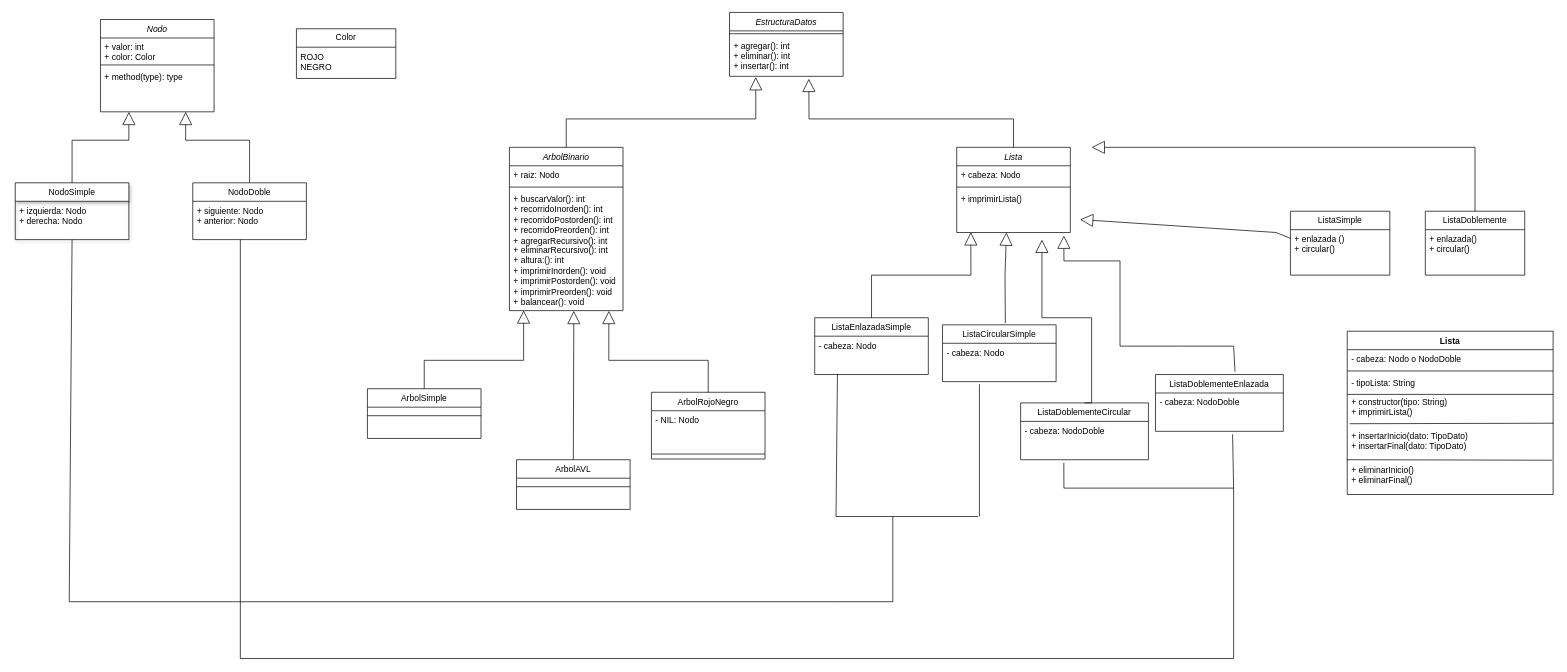
Earlier version of the draw.io diagram ArbolBinario.drawio (ArianaSarango/ArbolBinario). Source tidied: cells renumbered, new cells numbered last; positions are measured from the earlier drawing's top-left corner, leaving out a move shared by most shapes. Both pictures are drawn from the tidied source at 71%, with x=0, y=0 at pixel (15, 12).
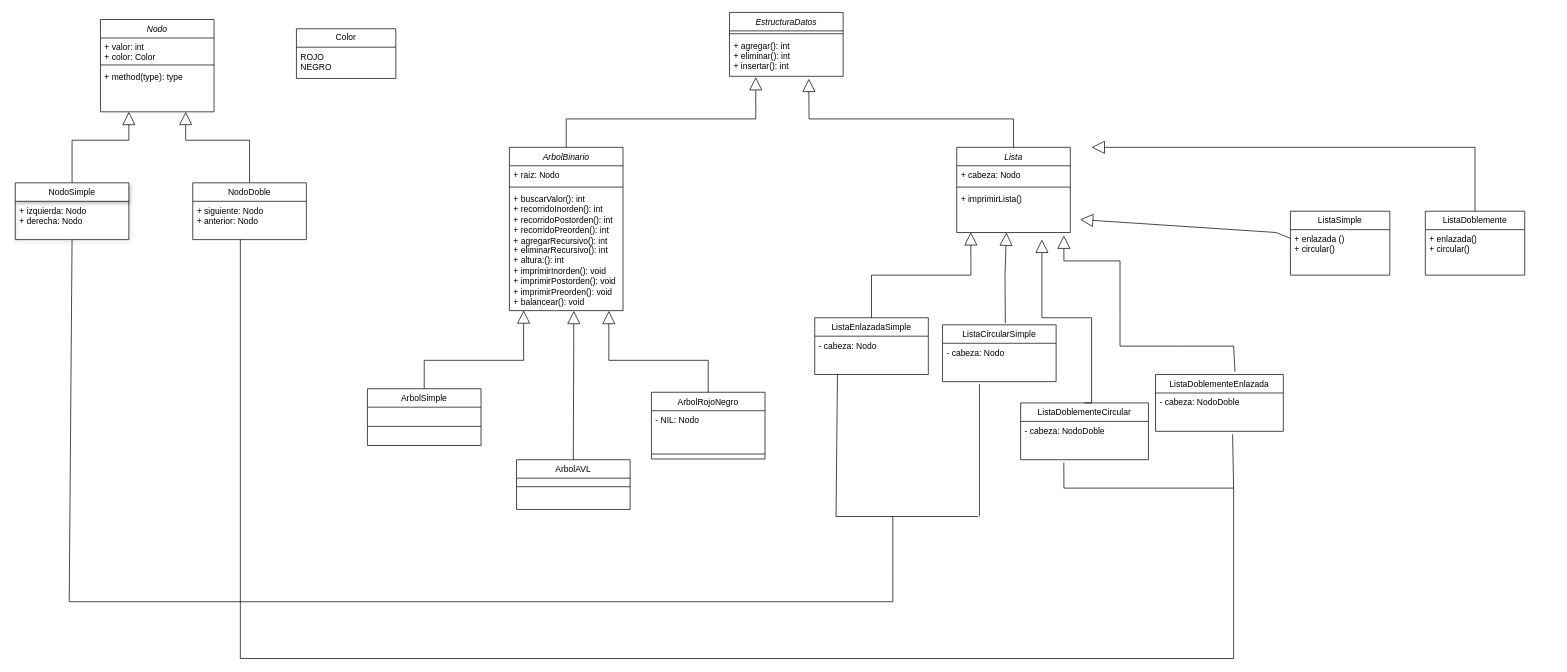
The same diagram, later.

Diff of the diagram source:
```diff
@@
     <mxCell id="37" value="ArbolSimple" style="swimlane;fontStyle=0;align=center;verticalAlign=top;horizontal=1;startSize=26;rounded=0;shadow=0;strokeWidth=1;" parent="1" vertex="1">
-      <mxGeometry x="496" y="530" width="160" height="70" as="geometry" />
+      <mxGeometry x="496" y="530" width="160" height="80" as="geometry" />
     </mxCell>
     <mxCell id="38" style="line;strokeWidth=1;fillColor=none;align=left;verticalAlign=middle;spacingTop=-1;spacingLeft=3;spacingRight=3;labelPosition=right;strokeColor=inherit;" parent="37" vertex="1">
-      <mxGeometry y="26" width="160" height="24" as="geometry" />
+      <mxGeometry y="26" width="160" height="54" as="geometry" />
     </mxCell>
@@
-    <mxCell id="57" value="Lista " style="swimlane;fontStyle=1;align=center;verticalAlign=top;horizontal=1;startSize=26;whiteSpace=wrap;html=1;" parent="1" vertex="1">
-      <mxGeometry x="1876" y="449" width="290" height="230" as="geometry" />
-    </mxCell>
-    <mxCell id="58" value="- cabeza: Nodo o NodoDoble   " style="text;strokeColor=none;fillColor=none;align=left;verticalAlign=top;spacingLeft=4;spacingRight=4;overflow=hidden;whiteSpace=wrap;html=1;" parent="57" vertex="1">
-      <mxGeometry y="26" width="290" height="26" as="geometry" />
-    </mxCell>
-    <mxCell id="59" style="line;strokeWidth=1;fillColor=none;align=left;verticalAlign=middle;spacingTop=-1;spacingLeft=3;spacingRight=3;labelPosition=right;strokeColor=inherit;" parent="57" vertex="1">
-      <mxGeometry y="52" width="290" height="8" as="geometry" />
-    </mxCell>
-    <mxCell id="60" value="- tipoLista: String" style="text;strokeColor=none;fillColor=none;align=left;verticalAlign=top;spacingLeft=4;spacingRight=4;overflow=hidden;whiteSpace=wrap;html=1;" parent="57" vertex="1">
-      <mxGeometry y="60" width="290" height="26" as="geometry" />
-    </mxCell>
-    <mxCell id="61" value="+ constructor(tipo: String)&amp;nbsp;&amp;nbsp;&amp;nbsp;&amp;nbsp;&amp;nbsp;&amp;nbsp;&amp;nbsp;&amp;nbsp;&amp;nbsp;&amp;nbsp;&amp;nbsp;&amp;nbsp;&amp;nbsp;&amp;nbsp;&amp;nbsp;&amp;nbsp;&amp;nbsp;&amp;nbsp;&amp;nbsp;&amp;nbsp;&amp;nbsp;&amp;nbsp;&amp;nbsp;&amp;nbsp;&amp;nbsp;&amp;nbsp;&amp;nbsp;&amp;nbsp;&amp;nbsp; &amp;nbsp;&lt;br&gt;+ imprimirLista()&amp;nbsp; " style="text;strokeColor=none;fillColor=none;align=left;verticalAlign=top;spacingLeft=4;spacingRight=4;overflow=hidden;points=[[0,0.5],[1,0.5]];portConstraint=eastwest;whiteSpace=wrap;html=1;" parent="57" vertex="1">
-      <mxGeometry y="86" width="290" height="48" as="geometry" />
-    </mxCell>
-    <mxCell id="62" value="+ insertarInicio(dato: TipoDato)&amp;nbsp;&amp;nbsp;&amp;nbsp;&amp;nbsp;&amp;nbsp;&amp;nbsp;&amp;nbsp;&amp;nbsp;&amp;nbsp;&amp;nbsp;&amp;nbsp;&amp;nbsp;&amp;nbsp;&amp;nbsp;&amp;nbsp;&amp;nbsp;&amp;nbsp;&amp;nbsp;&amp;nbsp;&amp;nbsp;&amp;nbsp;&amp;nbsp;&amp;nbsp;&amp;nbsp;&amp;nbsp;&amp;nbsp; &amp;nbsp;&lt;br&gt;+ insertarFinal(dato: TipoDato)&amp;nbsp;&amp;nbsp; " style="text;strokeColor=none;fillColor=none;align=left;verticalAlign=top;spacingLeft=4;spacingRight=4;overflow=hidden;points=[[0,0.5],[1,0.5]];portConstraint=eastwest;whiteSpace=wrap;html=1;" parent="57" vertex="1">
-      <mxGeometry y="134" width="290" height="48" as="geometry" />
-    </mxCell>
-    <mxCell id="63" value="+ eliminarInicio()&amp;nbsp;&amp;nbsp;&amp;nbsp;&amp;nbsp;&amp;nbsp;&amp;nbsp;&amp;nbsp;&amp;nbsp;&amp;nbsp;&amp;nbsp;&amp;nbsp;&amp;nbsp;&amp;nbsp;&amp;nbsp;&amp;nbsp;&amp;nbsp;&amp;nbsp;&amp;nbsp;&amp;nbsp;&amp;nbsp;&amp;nbsp;&amp;nbsp;&amp;nbsp;&amp;nbsp;&amp;nbsp;&amp;nbsp;&amp;nbsp;&amp;nbsp;&amp;nbsp;&amp;nbsp;&amp;nbsp;&amp;nbsp;&amp;nbsp;&amp;nbsp;&amp;nbsp;&amp;nbsp;&amp;nbsp;&amp;nbsp;&amp;nbsp;&amp;nbsp; &amp;nbsp;&lt;br&gt;+ eliminarFinal() " style="text;strokeColor=none;fillColor=none;align=left;verticalAlign=top;spacingLeft=4;spacingRight=4;overflow=hidden;points=[[0,0.5],[1,0.5]];portConstraint=eastwest;whiteSpace=wrap;html=1;" parent="57" vertex="1">
-      <mxGeometry y="182" width="290" height="48" as="geometry" />
-    </mxCell>
-    <mxCell id="64" style="endArrow=none;html=1;rounded=0;exitX=0.012;exitY=-0.077;exitDx=0;exitDy=0;exitPerimeter=0;entryX=1.002;entryY=0.908;entryDx=0;entryDy=0;entryPerimeter=0;" parent="57" edge="1" source="62" target="61">
-      <mxGeometry relative="1" as="geometry" />
-    </mxCell>
-    <mxCell id="65" style="endArrow=none;html=1;rounded=0;exitX=-0.002;exitY=-0.021;exitDx=0;exitDy=0;exitPerimeter=0;entryX=0.995;entryY=-0.006;entryDx=0;entryDy=0;entryPerimeter=0;" parent="57" edge="1" source="63" target="63">
-      <mxGeometry relative="1" as="geometry" />
-    </mxCell>
-    <mxCell id="66" style="endArrow=none;html=1;rounded=0;" parent="1" edge="1">
-      <mxGeometry relative="1" as="geometry">
-        <mxPoint x="1876" y="538" as="sourcePoint" />
-        <mxPoint x="2166" y="538" as="targetPoint" />
-      </mxGeometry>
-    </mxCell>
```
